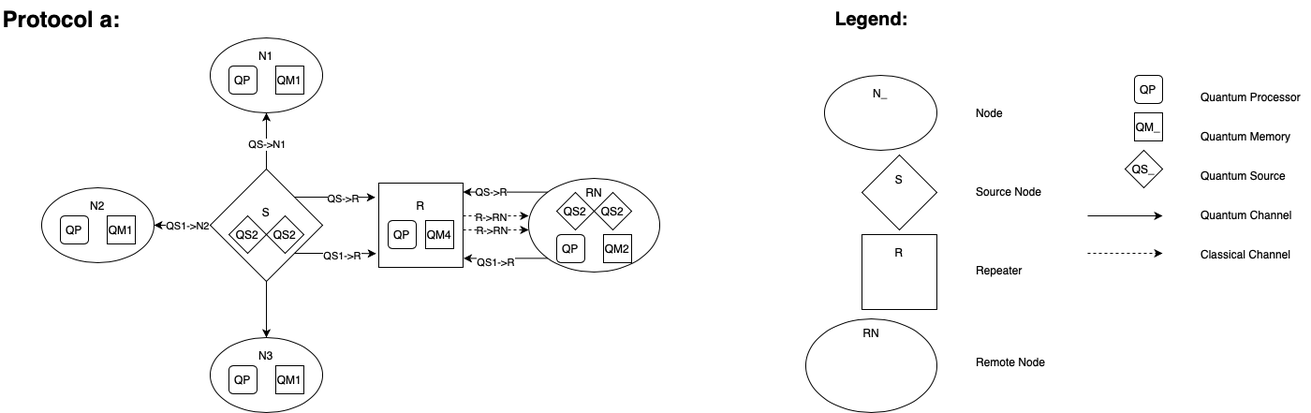
Before: docs/protocol-a.drawio.png, a diagram exported from draw.io (4coding4/extended-quantum-network). Source tidied: cells renumbered, new cells last; positions are measured from the earlier drawing's top-left corner, leaving out a move shared by most shapes.
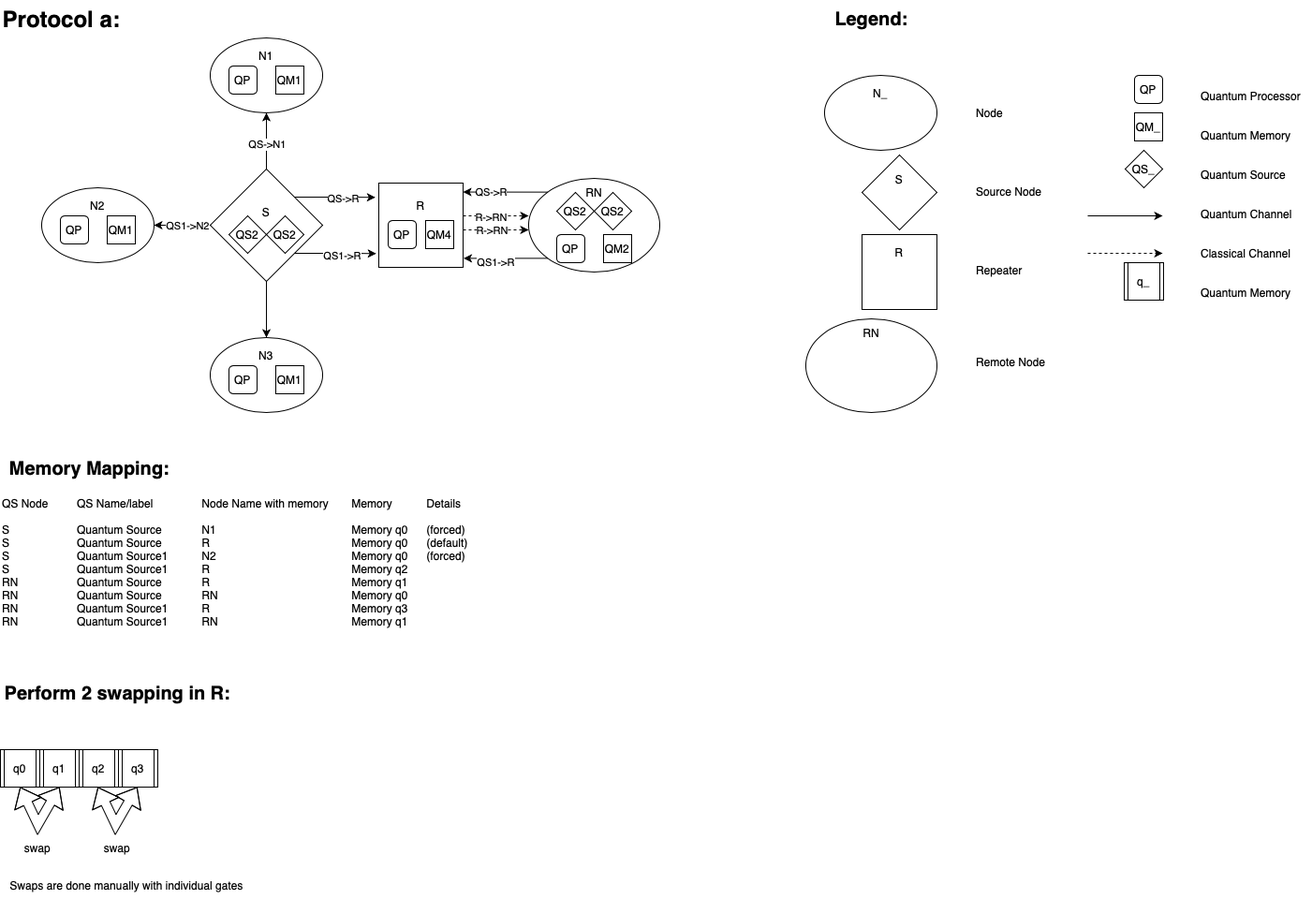
After the change.

Commit message:
update diagram with memory mapping and swapping in R

The edit, as a diff of the source:
```diff
@@ -171,11 +171,60 @@
     <mxCell id="50" value="Node&lt;div&gt;&lt;br&gt;&lt;/div&gt;&lt;div&gt;&lt;br&gt;&lt;/div&gt;&lt;div&gt;&lt;br&gt;&lt;/div&gt;&lt;div&gt;&lt;br&gt;&lt;/div&gt;&lt;div&gt;&lt;br&gt;&lt;/div&gt;&lt;div&gt;Source Node&lt;/div&gt;&lt;div&gt;&lt;br&gt;&lt;/div&gt;&lt;div&gt;&lt;br&gt;&lt;/div&gt;&lt;div&gt;&lt;br&gt;&lt;/div&gt;&lt;div&gt;&lt;br&gt;&lt;/div&gt;&lt;div&gt;&lt;br&gt;&lt;/div&gt;&lt;div&gt;Repeater&lt;/div&gt;&lt;div&gt;&lt;br&gt;&lt;/div&gt;&lt;div&gt;&lt;br&gt;&lt;/div&gt;&lt;div&gt;&lt;br&gt;&lt;/div&gt;&lt;div&gt;&lt;br&gt;&lt;/div&gt;&lt;div&gt;&lt;br&gt;&lt;/div&gt;&lt;div&gt;&lt;br&gt;&lt;/div&gt;&lt;div&gt;Remote Node&lt;/div&gt;&lt;div&gt;&lt;br&gt;&lt;/div&gt;" style="text;html=1;align=left;verticalAlign=middle;whiteSpace=wrap;rounded=0;" parent="1" vertex="1">
       <mxGeometry x="1040" y="80" width="95" height="360" as="geometry" />
     </mxCell>
-    <mxCell id="51" value="&lt;div&gt;&lt;br&gt;&lt;/div&gt;&lt;div&gt;Quantum Processor&lt;/div&gt;&lt;div&gt;&lt;br&gt;&lt;/div&gt;&lt;div&gt;&lt;br&gt;&lt;/div&gt;&lt;div&gt;Quantum Memory&lt;/div&gt;&lt;div&gt;&lt;br&gt;&lt;/div&gt;&lt;div&gt;&lt;br&gt;&lt;/div&gt;Quantum Source&lt;div&gt;&lt;br&gt;&lt;/div&gt;&lt;div&gt;&lt;br&gt;&lt;/div&gt;&lt;div&gt;Quantum Channel&lt;/div&gt;&lt;div&gt;&lt;br&gt;&lt;/div&gt;&lt;div&gt;&lt;br&gt;&lt;/div&gt;&lt;div&gt;Classical Channel&lt;/div&gt;" style="text;html=1;align=left;verticalAlign=middle;whiteSpace=wrap;rounded=0;" parent="1" vertex="1">
-      <mxGeometry x="1280" y="80" width="120" height="200" as="geometry" />
+    <mxCell id="51" value="&lt;div&gt;&lt;br&gt;&lt;/div&gt;&lt;div&gt;Quantum Processor&lt;/div&gt;&lt;div&gt;&lt;br&gt;&lt;/div&gt;&lt;div&gt;&lt;br&gt;&lt;/div&gt;&lt;div&gt;Quantum Memory&lt;/div&gt;&lt;div&gt;&lt;br&gt;&lt;/div&gt;&lt;div&gt;&lt;br&gt;&lt;/div&gt;Quantum Source&lt;div&gt;&lt;br&gt;&lt;/div&gt;&lt;div&gt;&lt;br&gt;&lt;/div&gt;&lt;div&gt;Quantum Channel&lt;/div&gt;&lt;div&gt;&lt;br&gt;&lt;/div&gt;&lt;div&gt;&lt;br&gt;&lt;/div&gt;&lt;div&gt;Classical Channel&lt;/div&gt;&lt;div&gt;&lt;br&gt;&lt;/div&gt;&lt;div&gt;&lt;br&gt;&lt;/div&gt;&lt;div&gt;Quantum Memory&lt;/div&gt;" style="text;html=1;align=left;verticalAlign=middle;whiteSpace=wrap;rounded=0;" parent="1" vertex="1">
+      <mxGeometry x="1280" y="80" width="120" height="240" as="geometry" />
     </mxCell>
     <mxCell id="52" value="Legend:" style="text;strokeColor=none;fillColor=none;html=1;fontSize=20;fontStyle=1;verticalAlign=middle;align=center;" parent="1" vertex="1">
       <mxGeometry x="880" width="100" height="40" as="geometry" />
     </mxCell>
+    <mxCell id="53" value="Memory Mapping:" style="text;strokeColor=none;fillColor=none;html=1;fontSize=20;fontStyle=1;verticalAlign=middle;align=center;" parent="1" vertex="1">
+      <mxGeometry y="480" width="190" height="40" as="geometry" />
+    </mxCell>
+    <mxCell id="54" value="Perform 2 swapping in R:" style="text;strokeColor=none;fillColor=none;html=1;fontSize=20;fontStyle=1;verticalAlign=middle;align=center;" parent="1" vertex="1">
+      <mxGeometry y="720" width="250" height="40" as="geometry" />
+    </mxCell>
+    <mxCell id="55" value="q_" style="shape=process;whiteSpace=wrap;html=1;backgroundOutline=1;" parent="1" vertex="1">
+      <mxGeometry x="1200" y="280" width="42" height="40" as="geometry" />
+    </mxCell>
+    <mxCell id="56" value="q0" style="shape=process;whiteSpace=wrap;html=1;backgroundOutline=1;" parent="1" vertex="1">
+      <mxGeometry y="800" width="42" height="40" as="geometry" />
+    </mxCell>
+    <mxCell id="57" value="q1" style="shape=process;whiteSpace=wrap;html=1;backgroundOutline=1;" parent="1" vertex="1">
+      <mxGeometry x="42" y="800" width="42" height="40" as="geometry" />
+    </mxCell>
+    <mxCell id="58" value="q2" style="shape=process;whiteSpace=wrap;html=1;backgroundOutline=1;" parent="1" vertex="1">
+      <mxGeometry x="84" y="800" width="42" height="40" as="geometry" />
+    </mxCell>
+    <mxCell id="59" value="q3" style="shape=process;whiteSpace=wrap;html=1;backgroundOutline=1;" parent="1" vertex="1">
+      <mxGeometry x="126" y="800" width="42" height="40" as="geometry" />
+    </mxCell>
+    <mxCell id="60" style="shape=flexArrow;endArrow=classic;startArrow=classic;html=1;rounded=0;entryX=0.5;entryY=1;entryDx=0;entryDy=0;exitX=0.5;exitY=1;exitDx=0;exitDy=0;" parent="1" edge="1" source="56" target="57">
+      <mxGeometry relative="1" as="geometry">
+        <Array as="points">
+          <mxPoint x="40" y="880" />
+        </Array>
+      </mxGeometry>
+    </mxCell>
+    <mxCell id="61" style="shape=flexArrow;endArrow=classic;startArrow=classic;html=1;rounded=0;entryX=0.5;entryY=1;entryDx=0;entryDy=0;exitX=0.5;exitY=1;exitDx=0;exitDy=0;" parent="1" edge="1">
+      <mxGeometry relative="1" as="geometry">
+        <mxPoint x="104" y="840" as="sourcePoint" />
+        <mxPoint x="146" y="840" as="targetPoint" />
+        <Array as="points">
+          <mxPoint x="123" y="880" />
+        </Array>
+      </mxGeometry>
+    </mxCell>
+    <mxCell id="62" value="swap" style="text;html=1;align=center;verticalAlign=middle;whiteSpace=wrap;rounded=0;" parent="1" vertex="1">
+      <mxGeometry x="10" y="890" width="60" height="30" as="geometry" />
+    </mxCell>
+    <mxCell id="63" value="swap" style="text;html=1;align=center;verticalAlign=middle;whiteSpace=wrap;rounded=0;" parent="1" vertex="1">
+      <mxGeometry x="95" y="890" width="60" height="30" as="geometry" />
+    </mxCell>
+    <mxCell id="64" value="Swaps are done manually with individual gates" style="text;html=1;align=center;verticalAlign=middle;whiteSpace=wrap;rounded=0;" parent="1" vertex="1">
+      <mxGeometry y="930" width="270" height="30" as="geometry" />
+    </mxCell>
+    <mxCell id="65" value="&lt;div&gt;QS Node&lt;span style=&quot;white-space: pre;&quot;&gt;&#9;&#9;QS Name/label&#9;&#9;Node Name with memory&#9;Memory&#9;&#9;Details&lt;/span&gt;&lt;br&gt;&lt;/div&gt;&lt;div&gt;&lt;span style=&quot;white-space: pre;&quot;&gt;&lt;br&gt;&lt;/span&gt;&lt;/div&gt;S&lt;span style=&quot;white-space: pre;&quot;&gt;&#9;&lt;/span&gt;&lt;span style=&quot;white-space: pre;&quot;&gt;&#9;&lt;/span&gt;&lt;span style=&quot;white-space: pre;&quot;&gt;&#9;Quantum Source&lt;span style=&quot;white-space: pre;&quot;&gt;&#9;&lt;/span&gt;&lt;span style=&quot;white-space: pre;&quot;&gt;&#9;&lt;/span&gt;&lt;span style=&quot;white-space: pre;&quot;&gt;N1 &lt;span style=&quot;white-space: pre;&quot;&gt;&#9;&lt;span style=&quot;white-space: pre;&quot;&gt;&#9;&lt;span style=&quot;white-space: pre;&quot;&gt;&#9;&lt;/span&gt;&lt;span style=&quot;white-space: pre;&quot;&gt;&#9;&lt;/span&gt;&lt;span style=&quot;white-space: pre;&quot;&gt;&#9;&lt;/span&gt;&lt;span style=&quot;white-space: pre;&quot;&gt;&#9;&lt;/span&gt;&lt;/span&gt;&lt;/span&gt;Memory q0 &lt;span style=&quot;white-space: pre;&quot;&gt;&#9;&lt;/span&gt;(forced)&lt;br&gt;&lt;/span&gt;&lt;/span&gt;&lt;div&gt;S&lt;span style=&quot;white-space: pre;&quot;&gt;&#9;&lt;/span&gt;&lt;span style=&quot;white-space: pre;&quot;&gt;&#9;&lt;/span&gt;&lt;span style=&quot;white-space: pre;&quot;&gt;&#9;Quantum Source&#9;&#9;R&lt;span style=&quot;white-space: pre;&quot;&gt;&#9;&lt;/span&gt;&lt;/span&gt;&lt;span style=&quot;white-space: pre;&quot;&gt;&lt;span style=&quot;white-space: pre;&quot;&gt; &lt;span style=&quot;white-space: pre;&quot;&gt;&#9;&lt;span style=&quot;white-space: pre;&quot;&gt;&#9;&lt;/span&gt;&lt;span style=&quot;white-space: pre;&quot;&gt;&#9;&lt;/span&gt;&lt;span style=&quot;white-space: pre;&quot;&gt;&#9;&lt;/span&gt;&lt;span style=&quot;white-space: pre;&quot;&gt;&#9;&lt;/span&gt;&lt;/span&gt;Memory q0  &lt;span style=&quot;white-space: pre;&quot;&gt;&#9;&lt;/span&gt;(default)&lt;/span&gt;&lt;/span&gt;&lt;/div&gt;&lt;div&gt;S&lt;span style=&quot;white-space: pre;&quot;&gt;&#9;&lt;/span&gt;&lt;span style=&quot;white-space: pre;&quot;&gt;&#9;&lt;/span&gt;&lt;span style=&quot;white-space: pre;&quot;&gt;&#9;Quantum Source1&#9;&#9;N2 &#9;&lt;span style=&quot;white-space: pre;&quot;&gt;&#9;&lt;span style=&quot;white-space: pre;&quot;&gt;&#9;&lt;/span&gt;&lt;span style=&quot;white-space: pre;&quot;&gt;&#9;&lt;/span&gt;&lt;span style=&quot;white-space: pre;&quot;&gt;&#9;&lt;/span&gt;&lt;span style=&quot;white-space: pre;&quot;&gt;&#9;&lt;/span&gt;&lt;/span&gt;Memory q0 &#9;(forced)&lt;br&gt;&lt;/span&gt;&lt;div&gt;S&lt;span style=&quot;white-space: pre;&quot;&gt;&#9;&lt;/span&gt;&lt;span style=&quot;white-space: pre;&quot;&gt;&#9;&lt;/span&gt;&lt;span style=&quot;white-space: pre;&quot;&gt;&#9;Quantum Source1&#9;&#9;R&#9;&lt;/span&gt;&lt;span style=&quot;white-space: pre;&quot;&gt; &lt;span style=&quot;white-space: pre;&quot;&gt;&#9;&lt;span style=&quot;white-space: pre;&quot;&gt;&#9;&lt;/span&gt;&lt;span style=&quot;white-space: pre;&quot;&gt;&#9;&lt;/span&gt;&lt;span style=&quot;white-space: pre;&quot;&gt;&#9;&lt;/span&gt;&lt;span style=&quot;white-space: pre;&quot;&gt;&#9;&lt;/span&gt;&lt;/span&gt;Memory q2 &lt;span style=&quot;white-space: pre;&quot;&gt;&#9;&lt;/span&gt;&lt;/span&gt;&lt;/div&gt;&lt;/div&gt;&lt;div&gt;RN&lt;span style=&quot;white-space: pre;&quot;&gt;&#9;&lt;/span&gt;&lt;span style=&quot;white-space: pre;&quot;&gt;&#9;&lt;/span&gt;&lt;span style=&quot;white-space: pre;&quot;&gt;&#9;Quantum Source&#9;&#9;R &#9;&lt;span style=&quot;white-space: pre;&quot;&gt;&#9;&lt;span style=&quot;white-space: pre;&quot;&gt;&#9;&lt;/span&gt;&lt;span style=&quot;white-space: pre;&quot;&gt;&#9;&lt;/span&gt;&lt;span style=&quot;white-space: pre;&quot;&gt;&#9;&lt;/span&gt;&lt;span style=&quot;white-space: pre;&quot;&gt;&#9;&lt;/span&gt;&lt;/span&gt;Memory q1 &#9;&lt;br&gt;&lt;/span&gt;&lt;div&gt;RN&lt;span style=&quot;white-space: pre;&quot;&gt;&#9;&lt;/span&gt;&lt;span style=&quot;white-space: pre;&quot;&gt;&#9;&lt;/span&gt;&lt;span style=&quot;white-space: pre;&quot;&gt;&#9;Quantum Source&#9;&#9;RN&#9;&lt;/span&gt;&lt;span style=&quot;white-space: pre;&quot;&gt; &lt;span style=&quot;white-space: pre;&quot;&gt;&#9;&lt;span style=&quot;white-space: pre;&quot;&gt;&#9;&lt;/span&gt;&lt;span style=&quot;white-space: pre;&quot;&gt;&#9;&lt;/span&gt;&lt;span style=&quot;white-space: pre;&quot;&gt;&#9;&lt;/span&gt;&lt;span style=&quot;white-space: pre;&quot;&gt;&#9;&lt;/span&gt;&lt;/span&gt;Memory q0  &#9;&lt;/span&gt;&lt;/div&gt;&lt;div&gt;RN&lt;span style=&quot;white-space: pre;&quot;&gt;&#9;&lt;/span&gt;&lt;span style=&quot;white-space: pre;&quot;&gt;&#9;&lt;/span&gt;&lt;span style=&quot;white-space: pre;&quot;&gt;&#9;Quantum Source1&#9;&#9;R &#9;&lt;span style=&quot;white-space: pre;&quot;&gt;&#9;&lt;span style=&quot;white-space: pre;&quot;&gt;&#9;&lt;/span&gt;&lt;span style=&quot;white-space: pre;&quot;&gt;&#9;&lt;/span&gt;&lt;span style=&quot;white-space: pre;&quot;&gt;&#9;&lt;/span&gt;&lt;span style=&quot;white-space: pre;&quot;&gt;&#9;&lt;/span&gt;&lt;/span&gt;Memory q3&#9;&lt;br&gt;&lt;/span&gt;&lt;div&gt;RN&lt;span style=&quot;white-space: pre;&quot;&gt;&#9;&lt;/span&gt;&lt;span style=&quot;white-space: pre;&quot;&gt;&#9;&lt;/span&gt;&lt;span style=&quot;white-space: pre;&quot;&gt;&#9;Quantum Source1&#9;&#9;RN&#9;&lt;/span&gt;&lt;span style=&quot;white-space: pre;&quot;&gt; &lt;span style=&quot;white-space: pre;&quot;&gt;&#9;&lt;span style=&quot;white-space: pre;&quot;&gt;&#9;&lt;/span&gt;&lt;span style=&quot;white-space: pre;&quot;&gt;&#9;&lt;/span&gt;&lt;span style=&quot;white-space: pre;&quot;&gt;&#9;&lt;/span&gt;&lt;span style=&quot;white-space: pre;&quot;&gt;&#9;&lt;/span&gt;&lt;/span&gt;Memory q1 &#9;&lt;/span&gt;&lt;/div&gt;&lt;/div&gt;&lt;/div&gt;" style="text;html=1;align=left;verticalAlign=middle;whiteSpace=wrap;rounded=0;" parent="1" vertex="1">
+      <mxGeometry y="520" width="590" height="160" as="geometry" />
+    </mxCell>
   </root>
 </mxGraphModel>
```
